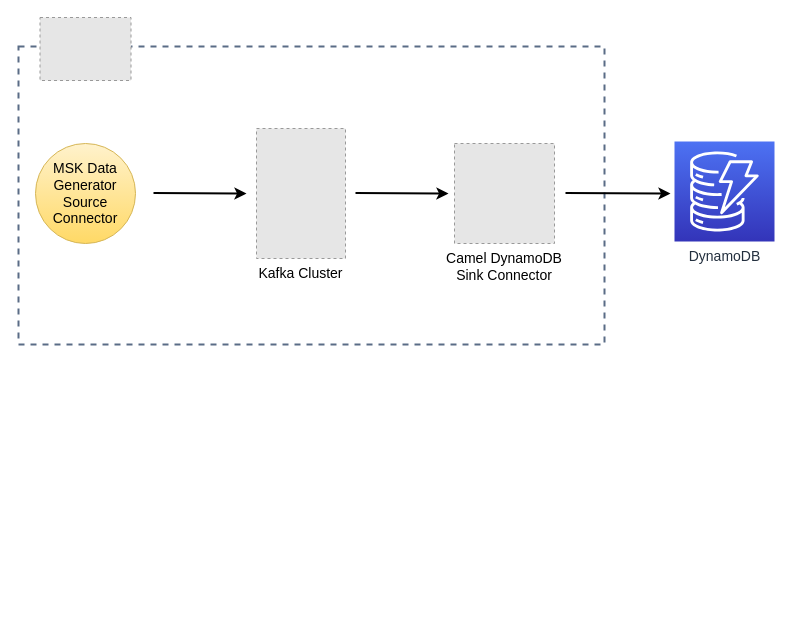
Earlier version of the draw.io diagram .diagrams/connector-for-aws-02.drawio (jaehyeon-kim/jaehyeon-kim.github.io). Source tidied: cells renumbered, new cells numbered last; positions are measured from the earlier drawing's top-left corner, leaving out a move shared by most shapes. Both pictures are drawn from the tidied source at 100%, with x=0, y=0 at pixel (18, 17). Pictures stored in the file or linked from it are replaced by grey dashed boxes.
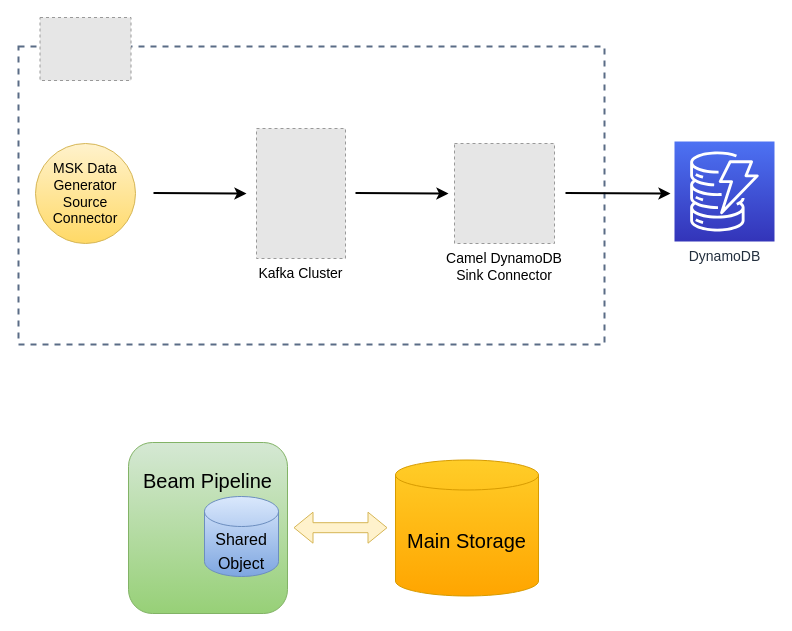
After the change.

Diff of the diagram source:
```diff
@@
 <mxGraphModel>
   <root>
     <mxCell id="0" />
     <mxCell id="1" parent="0" />
     <mxCell id="2" style="fillColor=none;strokeColor=#5A6C86;dashed=1;verticalAlign=top;fontStyle=0;fontColor=#5A6C86;strokeWidth=2;" parent="1" vertex="1">
       <mxGeometry y="29" width="586" height="298" as="geometry" />
     </mxCell>
     <mxCell id="3" value="Kafka Cluster" style="fillColor=#E6E6E6;strokeColor=#999999;dashed=1;verticalLabelPosition=bottom;labelBackgroundColor=default;verticalAlign=top;fontSize=14;" parent="1" vertex="1">
       <mxGeometry x="238" y="111" width="89" height="130" as="geometry" />
     </mxCell>
     <mxCell id="4" style="fillColor=#E6E6E6;strokeColor=#999999;dashed=1;verticalLabelPosition=bottom;labelBackgroundColor=default;verticalAlign=top;" parent="1" vertex="1">
       <mxGeometry x="21.5" width="91" height="63" as="geometry" />
     </mxCell>
     <mxCell id="5" value="&lt;font style=&quot;font-size: 14px;&quot;&gt;MSK Data Generator&lt;br&gt;Source Connector&lt;br&gt;&lt;/font&gt;" style="ellipse;whiteSpace=wrap;html=1;fillColor=#fff2cc;strokeColor=#d6b656;gradientColor=#ffd966;" parent="1" vertex="1">
       <mxGeometry x="17" y="126" width="100" height="100" as="geometry" />
     </mxCell>
     <mxCell id="6" style="endArrow=classic;html=1;fontSize=16;strokeWidth=2;" parent="1" edge="1">
       <mxGeometry relative="1" as="geometry">
         <mxPoint x="135" y="175.5" as="sourcePoint" />
         <mxPoint x="228" y="176" as="targetPoint" />
       </mxGeometry>
     </mxCell>
     <mxCell id="7" value="Camel DynamoDB&#10;Sink Connector" style="fillColor=#E6E6E6;strokeColor=#999999;dashed=1;verticalLabelPosition=bottom;labelBackgroundColor=default;verticalAlign=top;fontSize=14;" parent="1" vertex="1">
       <mxGeometry x="436" y="126" width="100" height="100" as="geometry" />
     </mxCell>
     <mxCell id="8" value="&lt;font style=&quot;font-size: 14px;&quot;&gt;DynamoDB&lt;/font&gt;" style="sketch=0;fontColor=#232F3E;gradientColor=#4D72F3;gradientDirection=north;fillColor=#3334B9;strokeColor=#ffffff;dashed=0;verticalLabelPosition=bottom;verticalAlign=top;align=center;html=1;fontSize=12;fontStyle=0;shape=mxgraph.aws4.resourceIcon;resIcon=mxgraph.aws4.dynamodb;" parent="1" vertex="1">
       <mxGeometry x="656" y="124" width="100" height="100" as="geometry" />
     </mxCell>
     <mxCell id="9" style="endArrow=classic;html=1;fontSize=16;strokeWidth=2;" parent="1" edge="1">
       <mxGeometry relative="1" as="geometry">
         <mxPoint x="337" y="175.5" as="sourcePoint" />
         <mxPoint x="430" y="176" as="targetPoint" />
       </mxGeometry>
     </mxCell>
     <mxCell id="10" style="endArrow=classic;html=1;fontSize=16;strokeWidth=2;" parent="1" edge="1">
       <mxGeometry relative="1" as="geometry">
         <mxPoint x="547" y="175.5" as="sourcePoint" />
         <mxPoint x="652" y="176" as="targetPoint" />
       </mxGeometry>
     </mxCell>
+    <mxCell id="11" value="&lt;font style=&quot;font-size: 20px;&quot;&gt;Main Storage&lt;/font&gt;" style="shape=cylinder3;whiteSpace=wrap;html=1;boundedLbl=1;backgroundOutline=1;size=15;fillColor=#ffcd28;gradientColor=#ffa500;strokeColor=#d79b00;" parent="1" vertex="1">
+      <mxGeometry x="377" y="442.5" width="143" height="136" as="geometry" />
+    </mxCell>
+    <mxCell id="12" value="&lt;font style=&quot;font-size: 20px;&quot;&gt;Beam Pipeline&lt;br&gt;&lt;br&gt;&lt;br&gt;&lt;br&gt;&lt;br&gt;&lt;/font&gt;" style="rounded=1;whiteSpace=wrap;html=1;fillColor=#d5e8d4;gradientColor=#97d077;strokeColor=#82b366;" parent="1" vertex="1">
+      <mxGeometry x="110" y="425" width="159" height="171" as="geometry" />
+    </mxCell>
+    <mxCell id="13" style="shape=flexArrow;endArrow=classic;startArrow=classic;html=1;fillColor=#fff2cc;strokeColor=#d6b656;" parent="1" edge="1">
+      <mxGeometry relative="1" as="geometry">
+        <mxPoint x="275" y="510.2" as="sourcePoint" />
+        <mxPoint x="369" y="510.2" as="targetPoint" />
+      </mxGeometry>
+    </mxCell>
+    <mxCell id="14" value="&lt;font style=&quot;font-size: 16px;&quot;&gt;Shared Object&lt;/font&gt;" style="shape=cylinder3;whiteSpace=wrap;html=1;boundedLbl=1;backgroundOutline=1;size=15;fontSize=20;fillColor=#dae8fc;gradientColor=#7ea6e0;strokeColor=#6c8ebf;" parent="1" vertex="1">
+      <mxGeometry x="186" y="479" width="74" height="80" as="geometry" />
+    </mxCell>
   </root>
 </mxGraphModel>
```
